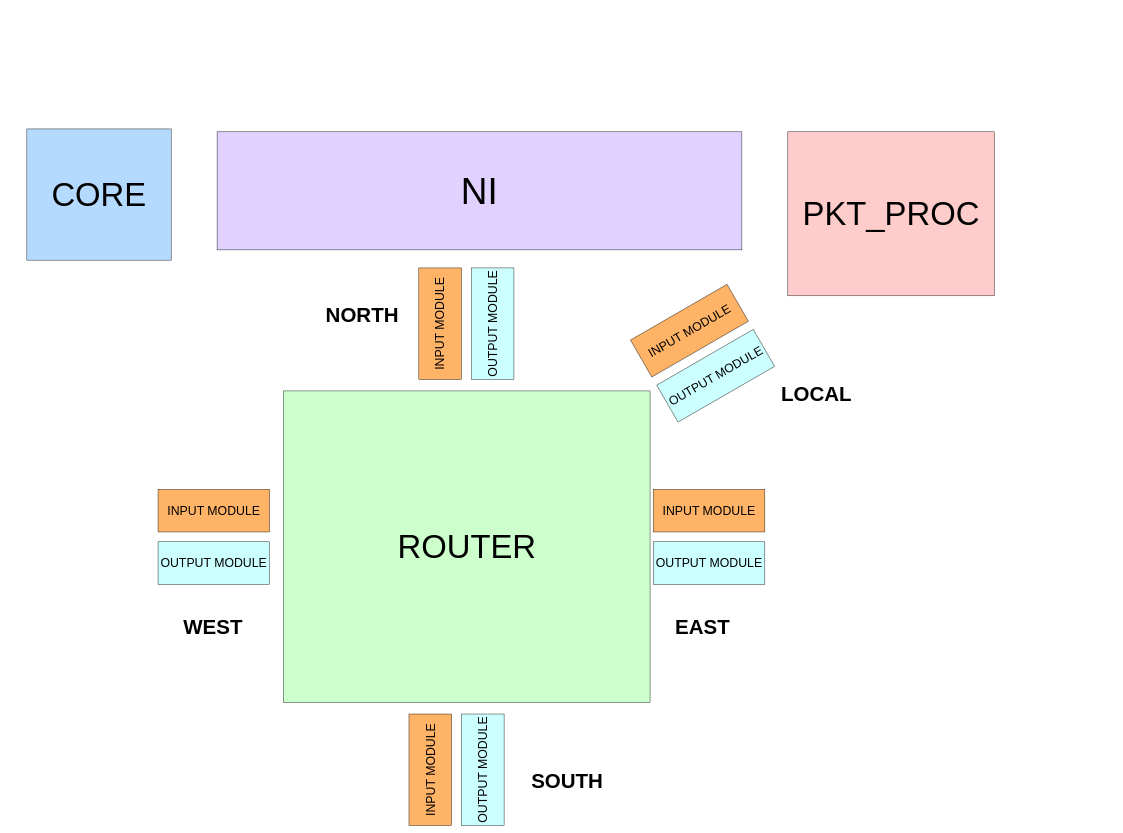
Akilax0/minimal_NoC keeps this draw.io diagram as page "NoC" (1 of 16) of NoC.drawio. Above is the earlier version. Source tidied: cells renumbered, new cells numbered last; positions are measured from the earlier drawing's top-left corner, leaving out a move shared by most shapes. Both pictures are drawn from the tidied source at 41%, with x=0, y=0 at pixel (27, 129).
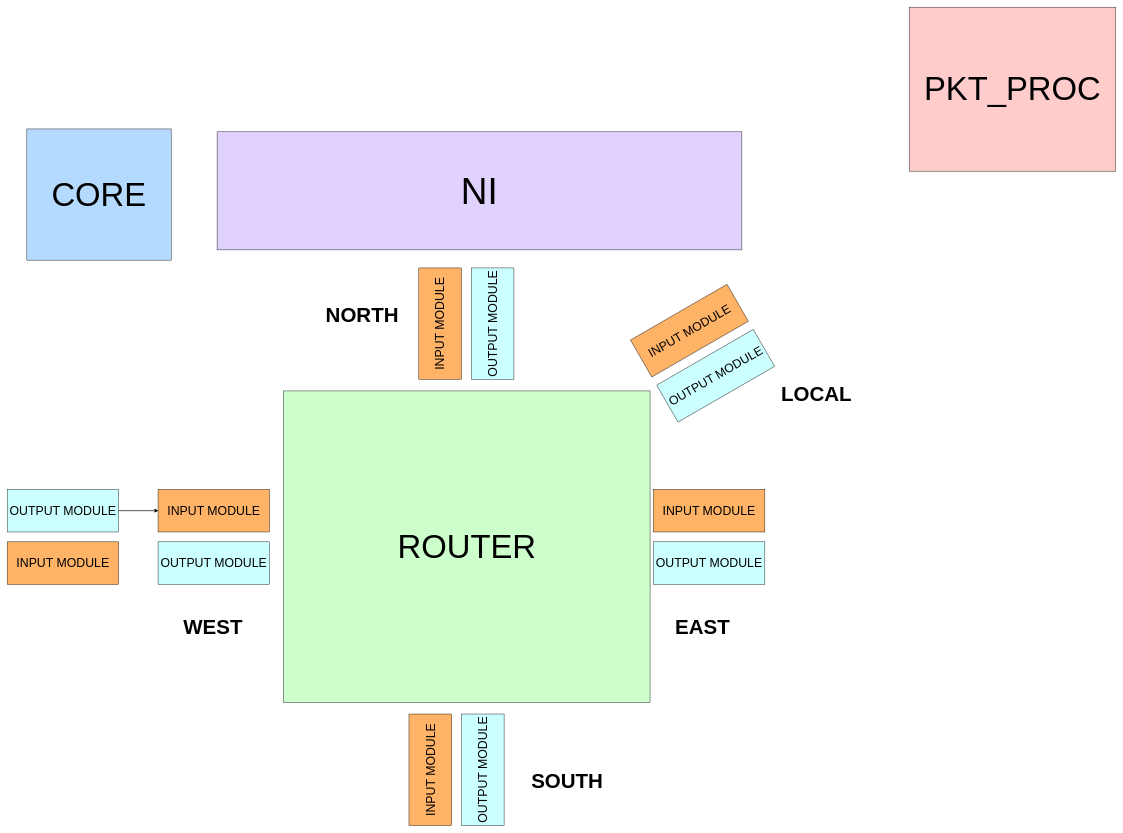
Above is the later version.

The change refers to these unchanged cells:
```xml
<mxCell id="12" value="&lt;font style=&quot;font-size: 30px;&quot;&gt;INPUT MODULE&lt;/font&gt;" style="rounded=0;whiteSpace=wrap;html=1;fillColor=#FFB366;" parent="1" vertex="1">
  <mxGeometry x="320" y="879" width="272" height="104" as="geometry" />
</mxCell>
```

Change to the diagram source:
```diff
@@
     <mxCell id="3" value="&lt;font style=&quot;font-size: 80px;&quot;&gt;PKT_PROC&lt;/font&gt;" style="rounded=0;whiteSpace=wrap;html=1;fillColor=#FFCCCC;" parent="1" vertex="1">
-      <mxGeometry x="1856" y="7" width="504" height="400" as="geometry" />
+      <mxGeometry x="2152" y="-297" width="504" height="400" as="geometry" />
     </mxCell>
@@
+    <mxCell id="25" value="&lt;font style=&quot;font-size: 30px;&quot;&gt;INPUT MODULE&lt;/font&gt;" style="rounded=0;whiteSpace=wrap;html=1;fillColor=#FFB366;" parent="1" vertex="1">
+      <mxGeometry x="-48" y="1007" width="272" height="104" as="geometry" />
+    </mxCell>
+    <mxCell id="26" style="edgeStyle=orthogonalEdgeStyle;rounded=0;jettySize=auto;html=1;" parent="1" edge="1" source="28" target="12">
+      <mxGeometry relative="1" as="geometry" />
+    </mxCell>
+    <mxCell id="27" style="edgeStyle=orthogonalEdgeStyle;rounded=0;jettySize=auto;html=1;" parent="1" edge="1" source="28" target="12">
+      <mxGeometry relative="1" as="geometry" />
+    </mxCell>
+    <mxCell id="28" value="&lt;font style=&quot;font-size: 30px;&quot;&gt;OUTPUT MODULE&lt;/font&gt;" style="rounded=0;whiteSpace=wrap;html=1;fillColor=#CCFFFF;" parent="1" vertex="1">
+      <mxGeometry x="-48" y="879" width="272" height="104" as="geometry" />
+    </mxCell>
```
